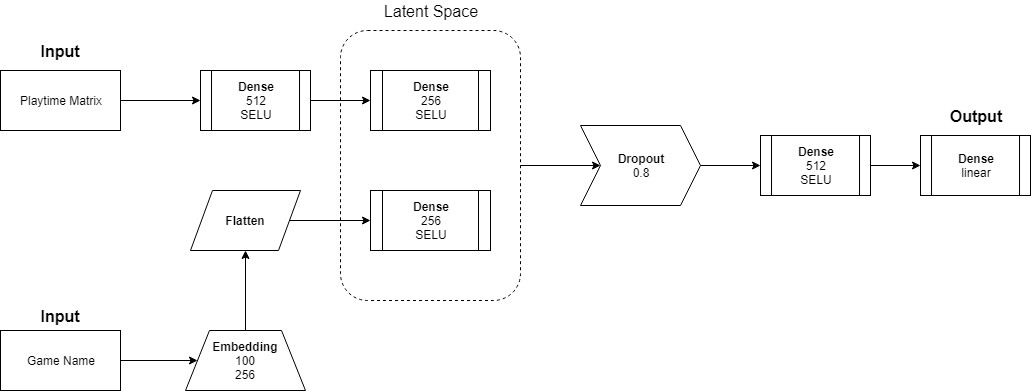
This is model_graph/Autoencoder/AutoencoderContentModel.png from yshuidie/steamNNRecom, a draw.io export, as it was before one commit. Source tidied: cells renumbered, new cells last; positions are measured from the earlier drawing's top-left corner, leaving out a move shared by most shapes.
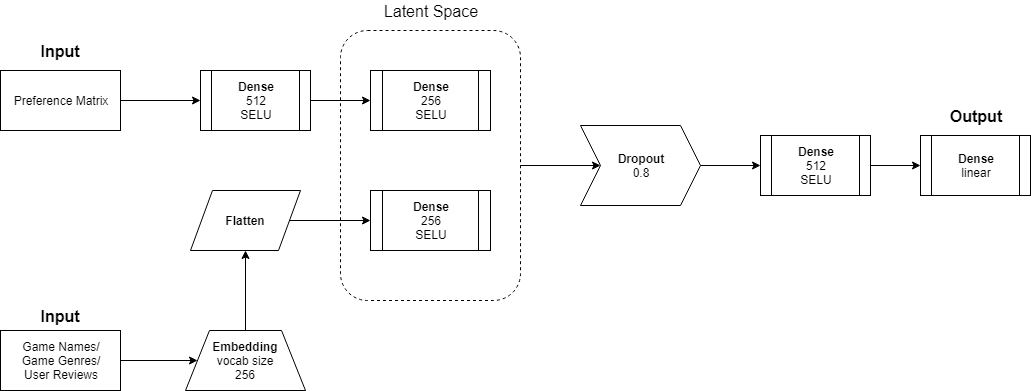
The same diagram one commit later.

The edit, as a diff of the source:
```diff
@@ -2,10 +2,10 @@
   <root>
     <mxCell id="0" />
     <mxCell id="1" parent="0" />
-    <mxCell id="2" value="Playtime Matrix&lt;br&gt;" style="rounded=0;whiteSpace=wrap;html=1;" parent="1" vertex="1">
+    <mxCell id="2" value="Preference Matrix&lt;br&gt;" style="rounded=0;whiteSpace=wrap;html=1;" parent="1" vertex="1">
       <mxGeometry y="70" width="120" height="60" as="geometry" />
     </mxCell>
-    <mxCell id="3" value="Game Name&lt;br&gt;" style="rounded=0;whiteSpace=wrap;html=1;" parent="1" vertex="1">
+    <mxCell id="3" value="Game Names/&lt;br&gt;Game Genres/&lt;br&gt;User Reviews&lt;br&gt;" style="rounded=0;whiteSpace=wrap;html=1;" parent="1" vertex="1">
       <mxGeometry y="330" width="120" height="60" as="geometry" />
     </mxCell>
     <mxCell id="4" style="edgeStyle=orthogonalEdgeStyle;rounded=0;jettySize=auto;html=1;entryX=0;entryY=0.5;entryDx=0;entryDy=0;" parent="1" edge="1" source="5" target="13">
@@ -20,7 +20,7 @@
     <mxCell id="7" style="edgeStyle=orthogonalEdgeStyle;rounded=0;jettySize=auto;html=1;entryX=0.5;entryY=1;entryDx=0;entryDy=0;" parent="1" edge="1" source="8" target="11">
       <mxGeometry relative="1" as="geometry" />
     </mxCell>
-    <mxCell id="8" value="&lt;b&gt;Embedding&lt;/b&gt;&lt;br&gt;100&lt;br&gt;256&lt;br&gt;" style="shape=trapezoid;perimeter=trapezoidPerimeter;whiteSpace=wrap;html=1;" parent="1" vertex="1">
+    <mxCell id="8" value="&lt;b&gt;Embedding&lt;/b&gt;&lt;br&gt;vocab size&lt;br&gt;256&lt;br&gt;" style="shape=trapezoid;perimeter=trapezoidPerimeter;whiteSpace=wrap;html=1;" parent="1" vertex="1">
       <mxGeometry x="185" y="330" width="120" height="60" as="geometry" />
     </mxCell>
     <mxCell id="9" style="endArrow=classic;html=1;exitX=1;exitY=0.5;exitDx=0;exitDy=0;entryX=0;entryY=0.5;entryDx=0;entryDy=0;" parent="1" edge="1" source="3" target="8">
@@ -53,8 +53,10 @@
     <mxCell id="18" value="&lt;b&gt;Dropout&lt;/b&gt;&lt;br&gt;0.8&lt;br&gt;" style="shape=step;perimeter=stepPerimeter;whiteSpace=wrap;html=1;fixedSize=1;fillColor=none;" parent="1" vertex="1">
       <mxGeometry x="580" y="125" width="120" height="80" as="geometry" />
     </mxCell>
-    <mxCell id="19" style="edgeStyle=orthogonalEdgeStyle;rounded=0;jettySize=auto;html=1;entryX=0;entryY=0.5;entryDx=0;entryDy=0;" parent="1" edge="1" source="20" target="24">
-      <mxGeometry relative="1" as="geometry" />
+    <mxCell id="19" style="edgeStyle=orthogonalEdgeStyle;rounded=0;jettySize=auto;html=1;entryX=0;entryY=0.5;entryDx=0;entryDy=0;" parent="1" edge="1" source="20">
+      <mxGeometry relative="1" as="geometry">
+        <mxPoint x="920" y="165" as="targetPoint" />
+      </mxGeometry>
     </mxCell>
     <mxCell id="20" value="&lt;b&gt;Dense&lt;/b&gt;&lt;br&gt;512&lt;br&gt;SELU&lt;br&gt;" style="shape=process;whiteSpace=wrap;html=1;backgroundOutline=1;" parent="1" vertex="1">
       <mxGeometry x="760" y="135" width="110" height="60" as="geometry" />
```
